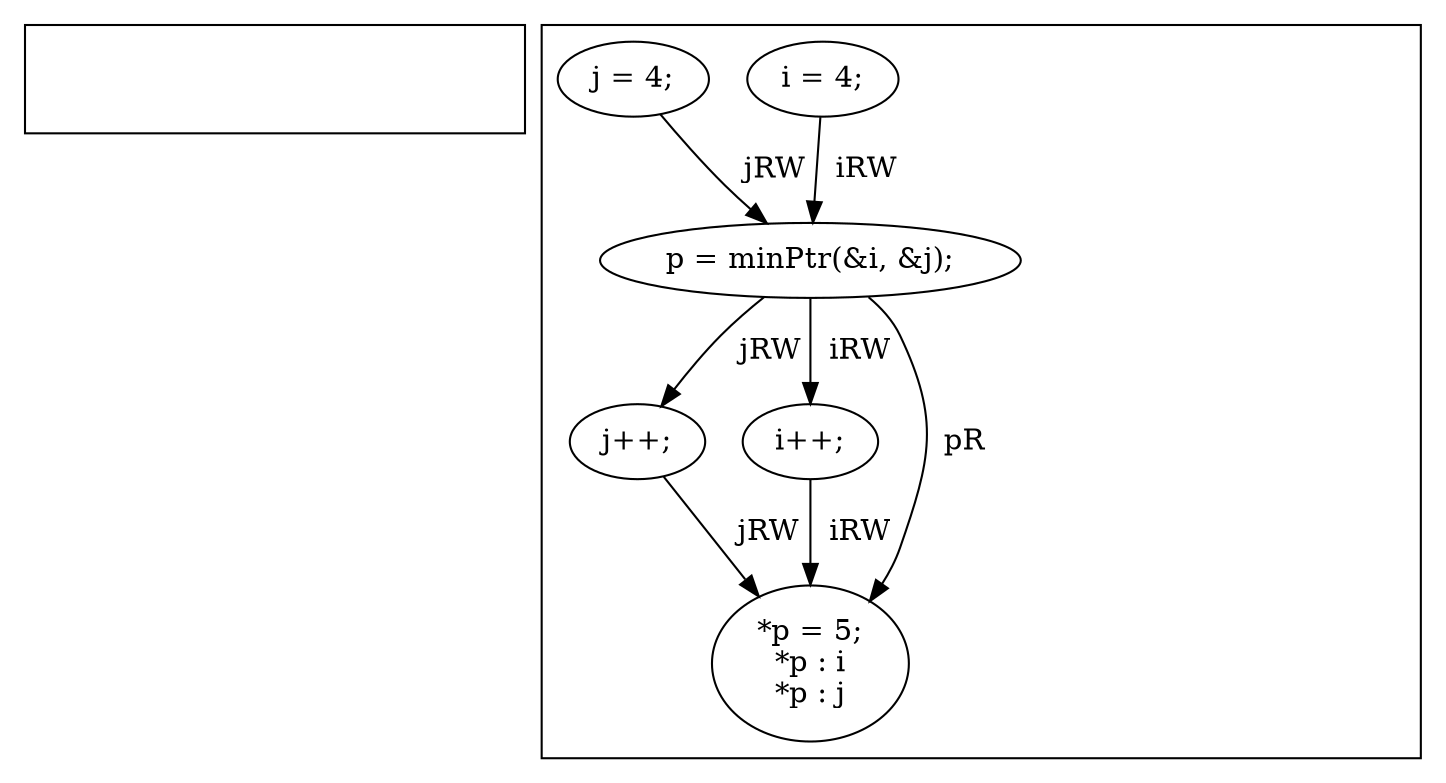
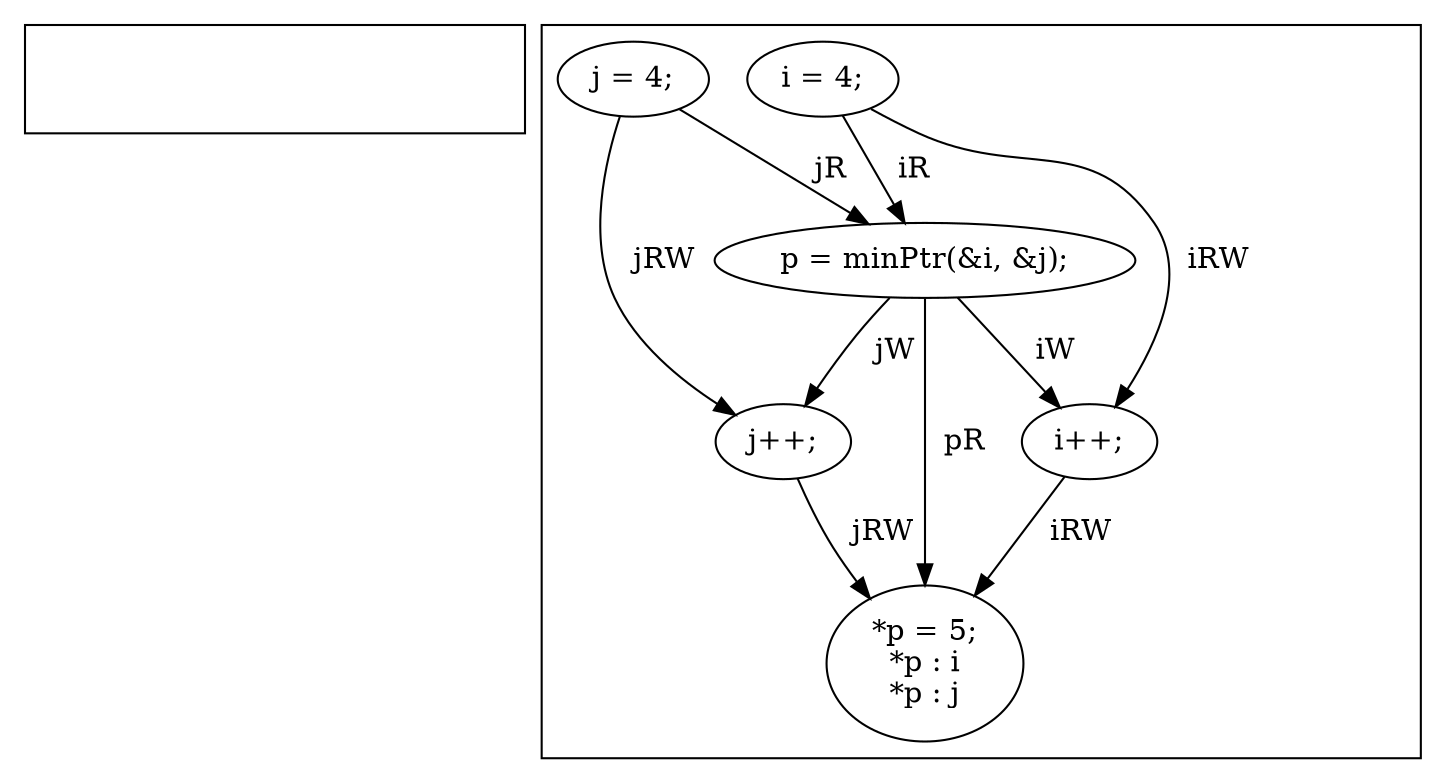
digraph G {
subgraph cluster_f0 {
    invisibleNodeScope_0 [style=invis];
}
subgraph cluster_f1 {
    invisibleNodeScope_1 [style=invis];
    0 [label="i = 4;"];
    1 [label="j = 4;"];
    2 [label="p = minPtr(&i, &j);"];
    3 [label="j++;"];
    4 [label="i++;"];
    5 [label="*p = 5;
*p : i
*p : j"];
}
-     0 -> 2[label="  iRW"];
-     1 -> 2[label="  jRW"];
-     2 -> 3[label="  jRW"];
-     2 -> 4[label="  iRW"];
+     0 -> 2[label="  iR"];
+     0 -> 4[label="  iRW"];
+     1 -> 2[label="  jR"];
+     1 -> 3[label="  jRW"];
+     2 -> 3[label="  jW"];
+     2 -> 4[label="  iW"];
    2 -> 5[label="  pR"];
    3 -> 5[label="  jRW"];
    4 -> 5[label="  iRW"];
}
